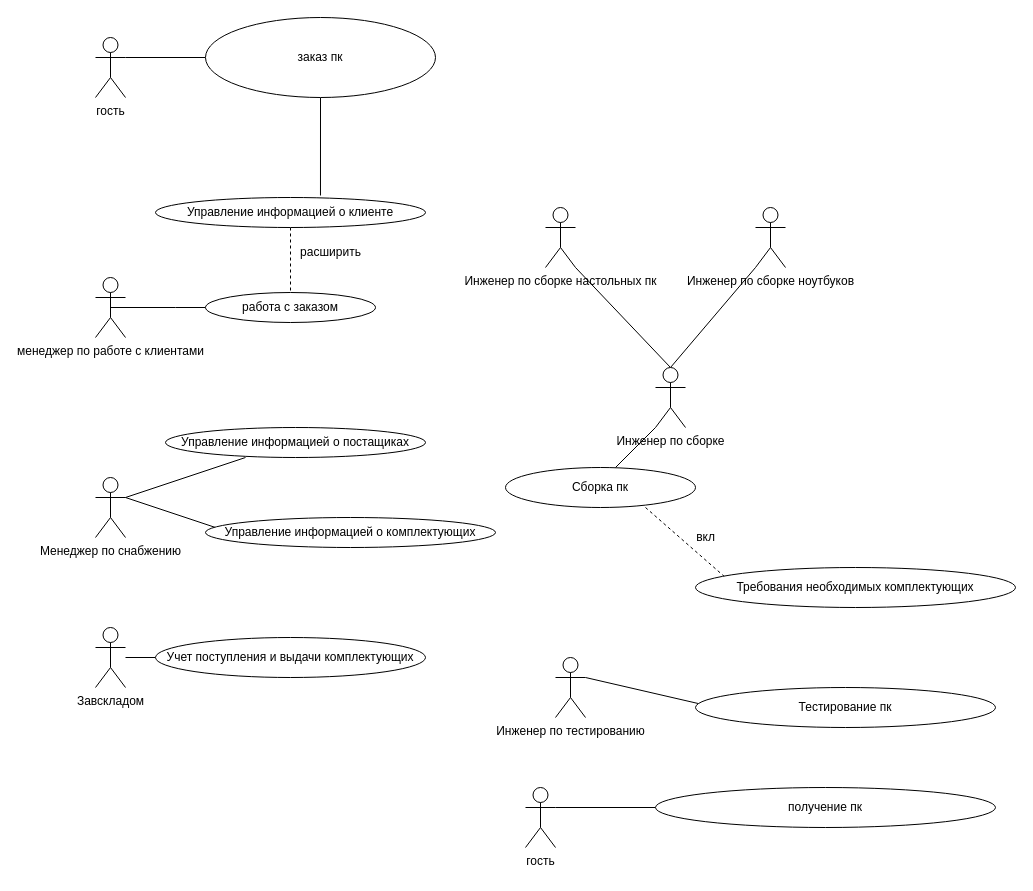
The draw.io diagram page "лаб.1" (1 of 5) of Диаграмма без названия.drawio in Ev0or/dontTouch, before the edit. Source tidied: cells renumbered, new cells numbered last; positions are measured from the earlier drawing's top-left corner, leaving out a move shared by most shapes. Both pictures are drawn from the tidied source at 100%, with x=0, y=0 at pixel (95, 17).
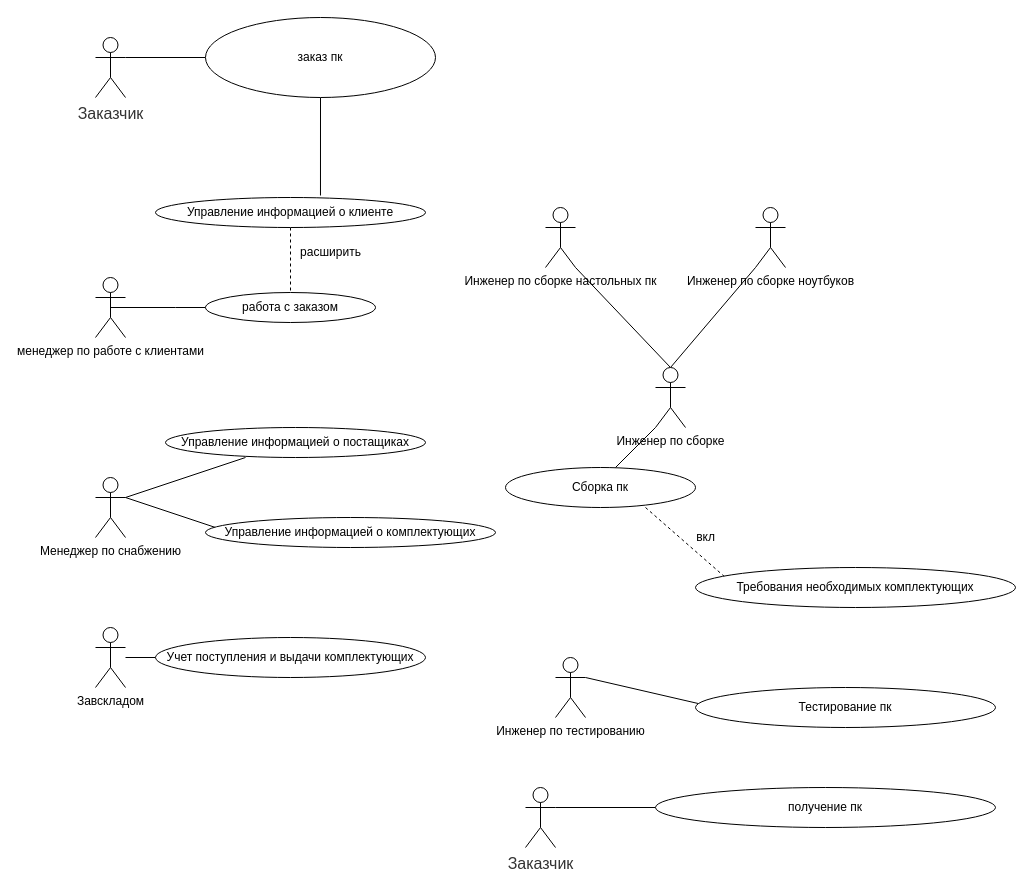
After the change.

Diff of the diagram source:
```diff
@@
-    <mxCell id="29" value="гость " style="shape=umlActor;verticalLabelPosition=bottom;verticalAlign=top;html=1;" parent="1" vertex="1">
+    <mxCell id="29" value="&lt;span style=&quot;color: rgb(51, 51, 51); font-family: &amp;quot;YS Text&amp;quot;, Arial, Helvetica, &amp;quot;Arial Unicode MS&amp;quot;, sans-serif; font-size: 16px; text-align: start; background-color: rgb(255, 255, 255);&quot;&gt;Заказчик&lt;/span&gt;" style="shape=umlActor;verticalLabelPosition=bottom;verticalAlign=top;html=1;" parent="1" vertex="1">
       <mxGeometry x="430" y="770" width="30" height="60" as="geometry" />
     </mxCell>
@@
-    <mxCell id="32" value="гость" style="shape=umlActor;verticalLabelPosition=bottom;verticalAlign=top;html=1;" parent="1" vertex="1">
+    <mxCell id="32" value="&lt;span style=&quot;color: rgb(51, 51, 51); font-family: &amp;quot;YS Text&amp;quot;, Arial, Helvetica, &amp;quot;Arial Unicode MS&amp;quot;, sans-serif; font-size: 16px; text-align: start; background-color: rgb(255, 255, 255);&quot;&gt;Заказчик&lt;/span&gt;" style="shape=umlActor;verticalLabelPosition=bottom;verticalAlign=top;html=1;" parent="1" vertex="1">
       <mxGeometry y="20" width="30" height="60" as="geometry" />
     </mxCell>
```
